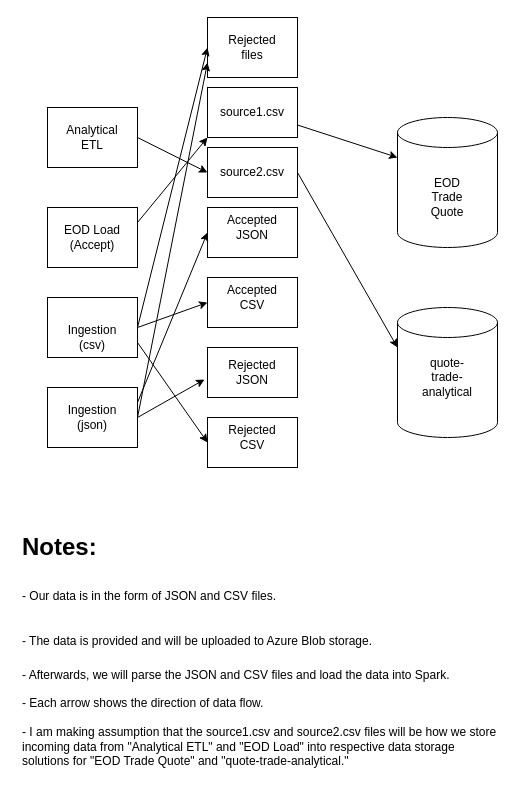
JamesHizon/Guided_Capstone_Step_1 keeps this draw.io diagram as Guided_Capstone_Step1.drawio. Above is the earlier version. Source tidied: cells renumbered, new cells numbered last; positions are measured from the earlier drawing's top-left corner, leaving out a move shared by most shapes. Both pictures are drawn from the tidied source at 100%, with x=0, y=0 at pixel (17, 17).
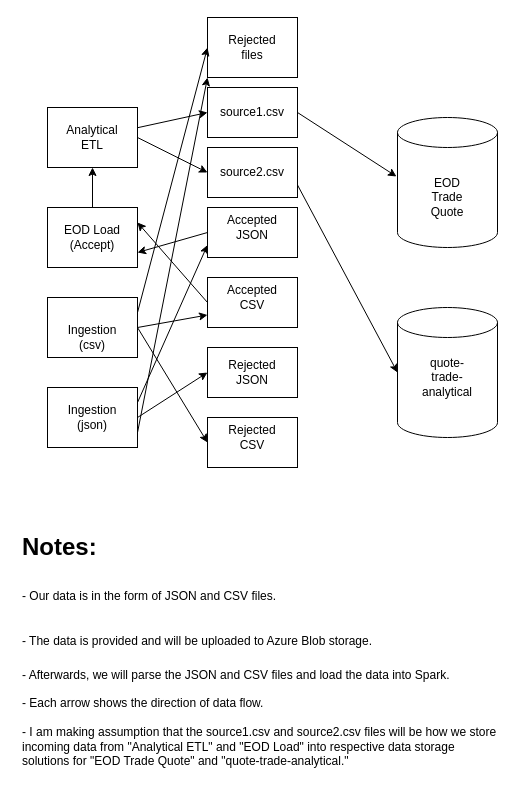
The same page after the edit.

The change refers to these unchanged cells:
```xml
<mxCell id="2" style="shape=cylinder3;whiteSpace=wrap;html=1;boundedLbl=1;backgroundOutline=1;size=15;" parent="1" vertex="1">
  <mxGeometry x="380" y="100" width="100" height="130" as="geometry" />
</mxCell>
<mxCell id="5" style="rounded=0;whiteSpace=wrap;html=1;" parent="1" vertex="1">
  <mxGeometry x="190" y="330" width="90" height="50" as="geometry" />
</mxCell>
<mxCell id="6" style="rounded=0;whiteSpace=wrap;html=1;" parent="1" vertex="1">
  <mxGeometry x="190" y="400" width="90" height="50" as="geometry" />
</mxCell>
<mxCell id="9" style="rounded=0;whiteSpace=wrap;html=1;" parent="1" vertex="1">
  <mxGeometry x="190" y="190" width="90" height="50" as="geometry" />
</mxCell>
<mxCell id="10" style="rounded=0;whiteSpace=wrap;html=1;" parent="1" vertex="1">
  <mxGeometry x="190" y="260" width="90" height="50" as="geometry" />
</mxCell>
<mxCell id="13" style="rounded=0;whiteSpace=wrap;html=1;" parent="1" vertex="1">
  <mxGeometry x="30" y="190" width="90" height="60" as="geometry" />
</mxCell>
<mxCell id="14" style="rounded=0;whiteSpace=wrap;html=1;" parent="1" vertex="1">
  <mxGeometry x="30" y="90" width="90" height="60" as="geometry" />
</mxCell>
<mxCell id="17" style="rounded=0;whiteSpace=wrap;html=1;" parent="1" vertex="1">
  <mxGeometry x="30" y="370" width="90" height="60" as="geometry" />
</mxCell>
<mxCell id="18" style="rounded=0;whiteSpace=wrap;html=1;" parent="1" vertex="1">
  <mxGeometry x="30" y="280" width="90" height="60" as="geometry" />
</mxCell>
<mxCell id="21" style="shape=cylinder3;whiteSpace=wrap;html=1;boundedLbl=1;backgroundOutline=1;size=15;" parent="1" vertex="1">
  <mxGeometry x="380" y="290" width="100" height="130" as="geometry" />
</mxCell>
<mxCell id="23" style="rounded=0;whiteSpace=wrap;html=1;" parent="1" vertex="1">
  <mxGeometry x="190" width="90" height="60" as="geometry" />
</mxCell>
<mxCell id="24" style="rounded=0;whiteSpace=wrap;html=1;" parent="1" vertex="1">
  <mxGeometry x="190" y="130" width="90" height="50" as="geometry" />
</mxCell>
<mxCell id="26" style="rounded=0;whiteSpace=wrap;html=1;" parent="1" vertex="1">
  <mxGeometry x="190" y="70" width="90" height="50" as="geometry" />
</mxCell>
```

Change to the diagram source:
```diff
@@
+    <mxCell id="30" style="endArrow=classic;html=1;exitX=1;exitY=0.5;exitDx=0;exitDy=0;entryX=0;entryY=0.5;entryDx=0;entryDy=0;" parent="1" edge="1" source="18" target="6">
+      <mxGeometry relative="1" as="geometry" />
+    </mxCell>
-    <mxCell id="29" style="endArrow=classic;html=1;exitX=1;exitY=0.5;exitDx=0;exitDy=0;entryX=0;entryY=0.5;entryDx=0;entryDy=0;" parent="1" edge="1" source="18" target="10">
+    <mxCell id="29" style="endArrow=classic;html=1;exitX=1;exitY=0.5;exitDx=0;exitDy=0;entryX=0;entryY=0.75;entryDx=0;entryDy=0;" parent="1" edge="1" source="18" target="10">
       <mxGeometry relative="1" as="geometry" />
     </mxCell>
-    <mxCell id="30" style="endArrow=classic;html=1;exitX=1;exitY=0.75;exitDx=0;exitDy=0;entryX=0;entryY=0.5;entryDx=0;entryDy=0;" parent="1" edge="1" source="18" target="6">
-      <mxGeometry relative="1" as="geometry" />
-    </mxCell>
-    <mxCell id="31" style="endArrow=classic;html=1;exitX=1;exitY=0.5;exitDx=0;exitDy=0;entryX=-0.033;entryY=0.64;entryDx=0;entryDy=0;entryPerimeter=0;" parent="1" edge="1" source="17" target="5">
+    <mxCell id="31" style="endArrow=classic;html=1;exitX=1;exitY=0.5;exitDx=0;exitDy=0;entryX=0;entryY=0.5;entryDx=0;entryDy=0;" parent="1" edge="1" source="17" target="5">
       <mxGeometry relative="1" as="geometry" />
     </mxCell>
-    <mxCell id="32" style="endArrow=classic;html=1;exitX=1;exitY=0.25;exitDx=0;exitDy=0;entryX=0;entryY=0.5;entryDx=0;entryDy=0;" parent="1" edge="1" source="17" target="9">
+    <mxCell id="32" style="endArrow=classic;html=1;exitX=1;exitY=0.25;exitDx=0;exitDy=0;entryX=0;entryY=0.75;entryDx=0;entryDy=0;" parent="1" edge="1" source="17" target="9">
       <mxGeometry relative="1" as="geometry" />
     </mxCell>
+    <mxCell id="39" style="endArrow=classic;html=1;entryX=1;entryY=0.75;entryDx=0;entryDy=0;exitX=0;exitY=0.5;exitDx=0;exitDy=0;" parent="1" edge="1" source="9" target="13">
+      <mxGeometry relative="1" as="geometry" />
+    </mxCell>
+    <mxCell id="40" style="endArrow=classic;html=1;entryX=1;entryY=0.25;entryDx=0;entryDy=0;exitX=0;exitY=0.5;exitDx=0;exitDy=0;" parent="1" edge="1" source="10" target="13">
+      <mxGeometry relative="1" as="geometry" />
+    </mxCell>
-    <mxCell id="33" style="endArrow=classic;html=1;exitX=1;exitY=0.5;exitDx=0;exitDy=0;entryX=0;entryY=0.5;entryDx=0;entryDy=0;" parent="1" edge="1" source="18" target="23">
+    <mxCell id="33" style="endArrow=classic;html=1;exitX=1;exitY=0.25;exitDx=0;exitDy=0;entryX=0;entryY=0.5;entryDx=0;entryDy=0;" parent="1" edge="1" source="18" target="23">
       <mxGeometry relative="1" as="geometry" />
     </mxCell>
-    <mxCell id="34" style="endArrow=classic;html=1;exitX=1;exitY=0.5;exitDx=0;exitDy=0;entryX=0;entryY=0.75;entryDx=0;entryDy=0;" parent="1" edge="1" source="17" target="23">
+    <mxCell id="34" style="endArrow=classic;html=1;exitX=1;exitY=0.75;exitDx=0;exitDy=0;entryX=0;entryY=1;entryDx=0;entryDy=0;" parent="1" edge="1" source="17" target="23">
       <mxGeometry relative="1" as="geometry" />
     </mxCell>
+    <mxCell id="41" style="endArrow=classic;html=1;exitX=0.5;exitY=0;exitDx=0;exitDy=0;entryX=0.5;entryY=1;entryDx=0;entryDy=0;" parent="1" edge="1" source="13" target="14">
+      <mxGeometry relative="1" as="geometry" />
+    </mxCell>
+    <mxCell id="42" style="endArrow=classic;html=1;entryX=0;entryY=0.5;entryDx=0;entryDy=0;" parent="1" edge="1" source="14" target="26">
+      <mxGeometry relative="1" as="geometry" />
+    </mxCell>
-    <mxCell id="35" style="endArrow=classic;html=1;exitX=1;exitY=0.5;exitDx=0;exitDy=0;entryX=0;entryY=0.5;entryDx=0;entryDy=0;" parent="1" edge="1" source="14" target="24">
+    <mxCell id="35" style="endArrow=classic;html=1;entryX=0;entryY=0.5;entryDx=0;entryDy=0;exitX=1;exitY=0.5;exitDx=0;exitDy=0;" parent="1" edge="1" source="14" target="24">
       <mxGeometry relative="1" as="geometry" />
     </mxCell>
-    <mxCell id="36" style="endArrow=classic;html=1;exitX=1;exitY=0.25;exitDx=0;exitDy=0;entryX=0;entryY=1;entryDx=0;entryDy=0;" parent="1" edge="1" source="13" target="26">
-      <mxGeometry relative="1" as="geometry" />
-    </mxCell>
-    <mxCell id="37" style="endArrow=classic;html=1;exitX=1;exitY=0.75;exitDx=0;exitDy=0;entryX=0;entryY=0;entryDx=0;entryDy=40;entryPerimeter=0;" parent="1" edge="1" source="26" target="2">
+    <mxCell id="37" style="endArrow=classic;html=1;exitX=1;exitY=0.5;exitDx=0;exitDy=0;entryX=-0.01;entryY=0.454;entryDx=0;entryDy=0;entryPerimeter=0;" parent="1" edge="1" source="26" target="2">
       <mxGeometry relative="1" as="geometry" />
     </mxCell>
-    <mxCell id="38" style="endArrow=classic;html=1;exitX=1;exitY=0.5;exitDx=0;exitDy=0;entryX=0;entryY=0;entryDx=0;entryDy=40;entryPerimeter=0;" parent="1" edge="1" source="24" target="21">
+    <mxCell id="38" style="endArrow=classic;html=1;entryX=0;entryY=0.5;entryDx=0;entryDy=0;exitX=1;exitY=0.75;exitDx=0;exitDy=0;entryPerimeter=0;" parent="1" edge="1" source="24" target="21">
       <mxGeometry relative="1" as="geometry" />
     </mxCell>
```
